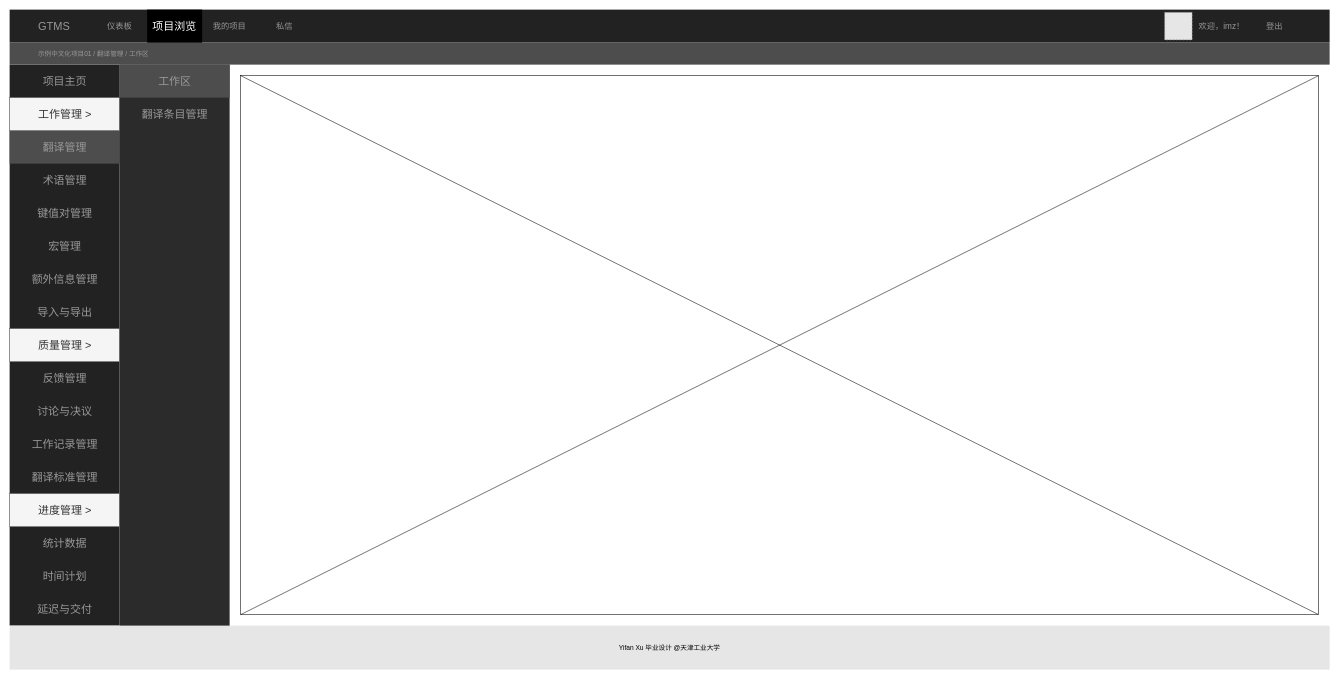
The draw.io diagram 布局.drawio in icemeowzhi/bach_final_diags, before the edit. Source tidied: cells renumbered, new cells numbered last; positions are measured from the earlier drawing's top-left corner, leaving out a move shared by most shapes. Both pictures are drawn from the tidied source at 55%, with x=0, y=0 at pixel (9, 9). Pictures stored in the file or linked from it are replaced by grey dashed boxes.
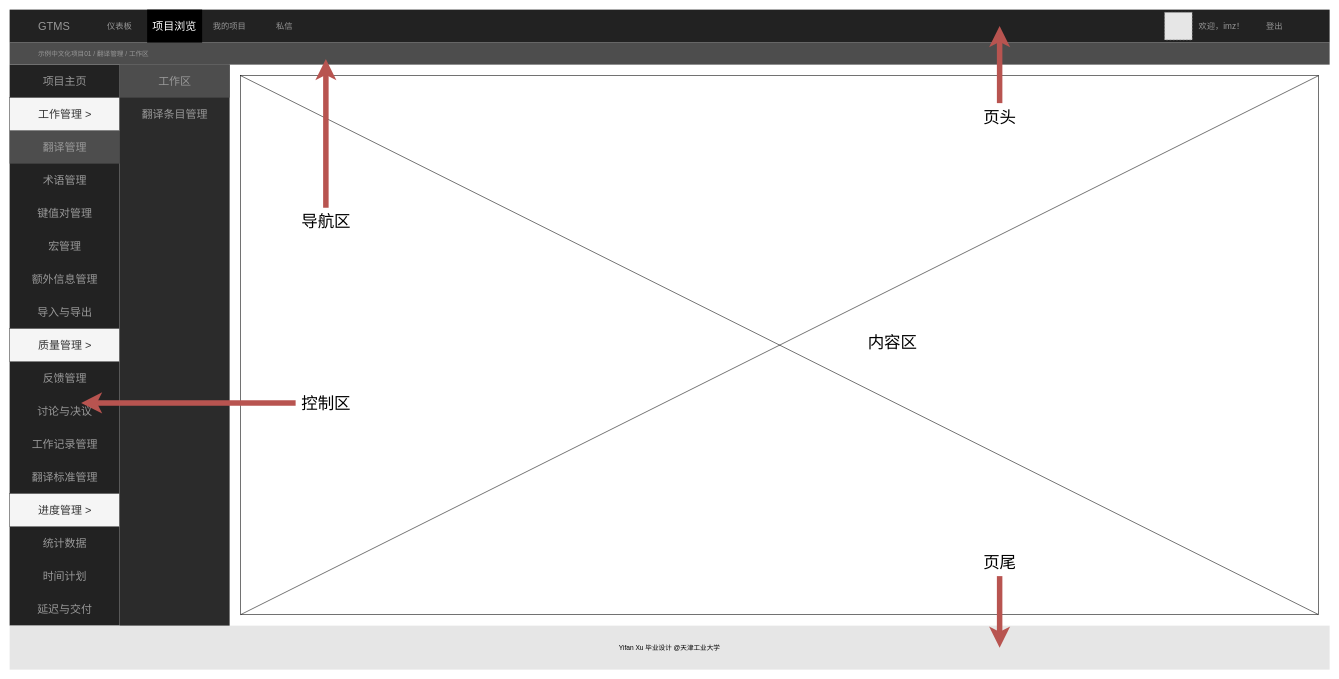
The same diagram, later.

Unchanged cells that the change refers to:
```xml
<mxCell id="4" style="html=1;shadow=0;dashed=0;shape=mxgraph.bootstrap.rect;fillColor=#222222;strokeColor=none;whiteSpace=wrap;rounded=0;fontSize=12;fontColor=#222222;align=center;" parent="1" vertex="1">
  <mxGeometry width="2400" height="60" as="geometry" />
</mxCell>
<mxCell id="7" value="Yifan Xu 毕业设计 @天津工业大学 " style="html=1;shadow=0;dashed=0;shape=mxgraph.bootstrap.rect;fillColor=#E6E6E6;strokeColor=none;whiteSpace=wrap;rounded=0;fontSize=12;fontColor=#000000;align=center;" parent="1" vertex="1">
  <mxGeometry y="1120" width="2400" height="80" as="geometry" />
</mxCell>
<mxCell id="25" value="讨论与决议" style="html=1;shadow=0;dashed=0;fillColor=none;strokeColor=none;shape=mxgraph.bootstrap.rect;fontColor=#999999;fontSize=20;" parent="1" vertex="1">
  <mxGeometry y="700" width="200" height="60" as="geometry" />
</mxCell>
```

Diff of the diagram source:
```diff
@@
+    <mxCell id="37" value="&lt;font style=&quot;font-size: 30px;&quot;&gt;内容区&lt;/font&gt;" style="text;html=1;align=center;verticalAlign=middle;strokeColor=none;fillColor=none;" parent="1" vertex="1">
+      <mxGeometry x="1550" y="580" width="110" height="50" as="geometry" />
+    </mxCell>
+    <mxCell id="38" value="&lt;font style=&quot;font-size: 30px;&quot;&gt;页头&lt;/font&gt;" style="text;html=1;align=center;verticalAlign=middle;points=[];strokeColor=none;fillColor=none;" parent="1" vertex="1">
+      <mxGeometry x="1760" y="170" width="80" height="50" as="geometry" />
+    </mxCell>
+    <mxCell id="39" value="&lt;font style=&quot;font-size: 30px;&quot;&gt;导航区&lt;/font&gt;" style="text;html=1;align=center;verticalAlign=middle;points=[];strokeColor=none;fillColor=none;" parent="1" vertex="1">
+      <mxGeometry x="520" y="360" width="110" height="50" as="geometry" />
+    </mxCell>
+    <mxCell id="40" value="&lt;font style=&quot;font-size: 30px;&quot;&gt;控制区&lt;/font&gt;" style="text;html=1;align=center;verticalAlign=middle;points=[];strokeColor=none;fillColor=none;" parent="1" vertex="1">
+      <mxGeometry x="520" y="690" width="110" height="50" as="geometry" />
+    </mxCell>
+    <mxCell id="41" value="&lt;font style=&quot;font-size: 30px;&quot;&gt;页尾&lt;/font&gt;" style="text;html=1;align=center;verticalAlign=middle;points=[];strokeColor=none;fillColor=none;" parent="1" vertex="1">
+      <mxGeometry x="1760" y="980" width="80" height="50" as="geometry" />
+    </mxCell>
+    <mxCell id="42" style="edgeStyle=orthogonalEdgeStyle;rounded=0;jettySize=auto;html=1;entryX=0.65;entryY=0.25;entryDx=0;entryDy=0;entryPerimeter=0;strokeWidth=10;fillColor=#f8cecc;strokeColor=#b85450;" parent="1" edge="1" source="40" target="25">
+      <mxGeometry relative="1" as="geometry" />
+    </mxCell>
+    <mxCell id="43" style="edgeStyle=orthogonalEdgeStyle;rounded=0;jettySize=auto;html=1;strokeWidth=10;fillColor=#f8cecc;strokeColor=#b85450;" parent="1" edge="1" source="39">
+      <mxGeometry relative="1" as="geometry">
+        <mxPoint x="575" y="90" as="targetPoint" />
+        <Array as="points">
+          <mxPoint x="575" y="90" />
+        </Array>
+      </mxGeometry>
+    </mxCell>
+    <mxCell id="44" style="edgeStyle=orthogonalEdgeStyle;rounded=0;jettySize=auto;html=1;entryX=0.75;entryY=0.5;entryDx=0;entryDy=0;entryPerimeter=0;strokeWidth=10;fillColor=#f8cecc;strokeColor=#b85450;" parent="1" edge="1" source="38" target="4">
+      <mxGeometry relative="1" as="geometry" />
+    </mxCell>
+    <mxCell id="45" style="edgeStyle=orthogonalEdgeStyle;rounded=0;jettySize=auto;html=1;entryX=0.75;entryY=0.5;entryDx=0;entryDy=0;entryPerimeter=0;strokeWidth=10;fillColor=#f8cecc;strokeColor=#b85450;" parent="1" edge="1" source="41" target="7">
+      <mxGeometry relative="1" as="geometry" />
+    </mxCell>
```
